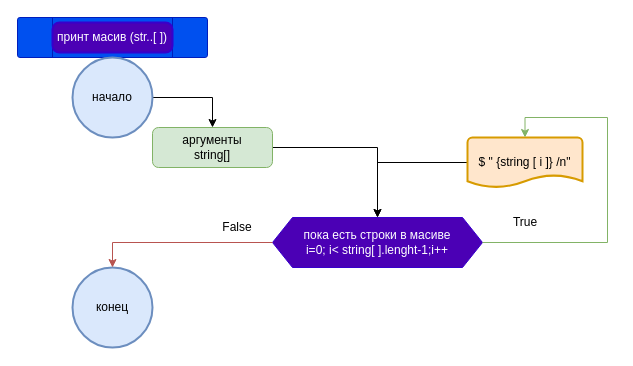
This is page "принт масив()" (2 of 2) of diagrams/Диаграмма.drawio from A-Loading/For_StringArrayFilter, a draw.io file, before an edit. Source tidied: cells renumbered, new cells numbered last; positions are measured from the earlier drawing's top-left corner, leaving out a move shared by most shapes. Both pictures are drawn from the tidied source at 100%, with x=0, y=0 at pixel (17, 17).
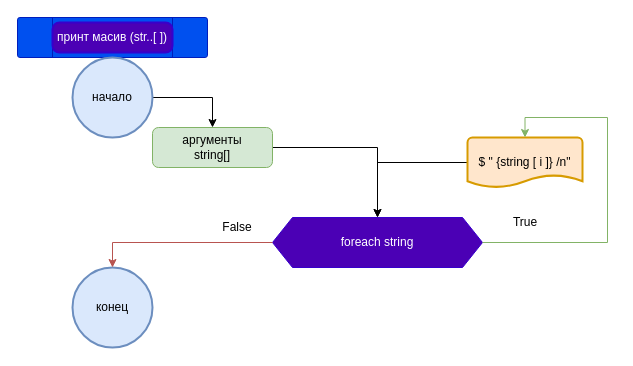
The same page after the edit.

Change to the diagram source:
```diff
@@
 <mxGraphModel>
   <root>
     <mxCell id="0" />
     <mxCell id="1" parent="0" />
     <mxCell id="2" style="verticalLabelPosition=bottom;verticalAlign=top;html=1;shape=process;whiteSpace=wrap;rounded=1;size=0.18421052631578946;arcSize=6;fillColor=#0050ef;fontColor=#ffffff;strokeColor=#001DBC;" parent="1" vertex="1">
       <mxGeometry width="190" height="40" as="geometry" />
     </mxCell>
     <mxCell id="3" value="принт масив (str..[ ])" style="rounded=1;whiteSpace=wrap;html=1;absoluteArcSize=1;arcSize=14;strokeWidth=2;fillColor=#4B00B5;strokeColor=#3700CC;fontColor=#ffffff;" parent="1" vertex="1">
       <mxGeometry x="35" y="5" width="120" height="30" as="geometry" />
     </mxCell>
     <mxCell id="4" value="конец" style="strokeWidth=2;html=1;shape=mxgraph.flowchart.start_2;whiteSpace=wrap;fillColor=#dae8fc;strokeColor=#6c8ebf;" parent="1" vertex="1">
       <mxGeometry x="55" y="250" width="80" height="80" as="geometry" />
     </mxCell>
     <mxCell id="5" style="edgeStyle=orthogonalEdgeStyle;rounded=0;jettySize=auto;html=1;exitX=1;exitY=0.5;exitDx=0;exitDy=0;exitPerimeter=0;" parent="1" edge="1" source="6" target="9">
       <mxGeometry relative="1" as="geometry" />
     </mxCell>
     <mxCell id="6" value="начало" style="strokeWidth=2;html=1;shape=mxgraph.flowchart.start_2;whiteSpace=wrap;fillColor=#dae8fc;strokeColor=#6c8ebf;" parent="1" vertex="1">
       <mxGeometry x="55" y="40" width="80" height="80" as="geometry" />
     </mxCell>
-    <mxCell id="7" value="пока есть строки в масиве&lt;br&gt;i=0; i&amp;lt; string[ ].lenght-1;i++" style="shape=hexagon;perimeter=hexagonPerimeter2;whiteSpace=wrap;html=1;fixedSize=1;fillColor=#4B00B5;fontColor=#ffffff;strokeColor=#3700CC;" parent="1" vertex="1">
+    <mxCell id="7" value="foreach string" style="shape=hexagon;perimeter=hexagonPerimeter2;whiteSpace=wrap;html=1;fixedSize=1;fillColor=#4B00B5;fontColor=#ffffff;strokeColor=#3700CC;" parent="1" vertex="1">
       <mxGeometry x="255" y="200" width="210" height="50" as="geometry" />
     </mxCell>
     <mxCell id="8" style="edgeStyle=orthogonalEdgeStyle;rounded=0;jettySize=auto;html=1;exitX=1;exitY=0.5;exitDx=0;exitDy=0;entryX=0.5;entryY=0;entryDx=0;entryDy=0;" parent="1" edge="1" source="9" target="7">
       <mxGeometry relative="1" as="geometry" />
     </mxCell>
     <mxCell id="9" value="аргументы&lt;br&gt;string[]" style="rounded=1;whiteSpace=wrap;html=1;fillColor=#d5e8d4;strokeColor=#82b366;" parent="1" vertex="1">
       <mxGeometry x="135" y="110" width="120" height="40" as="geometry" />
     </mxCell>
     <mxCell id="10" style="edgeStyle=orthogonalEdgeStyle;rounded=0;jettySize=auto;html=1;exitX=0;exitY=0.5;exitDx=0;exitDy=0;exitPerimeter=0;" parent="1" edge="1" source="11" target="7">
       <mxGeometry relative="1" as="geometry" />
     </mxCell>
     <mxCell id="11" value="$ &quot; {string [ i ]} /n&quot;" style="strokeWidth=2;html=1;shape=mxgraph.flowchart.document2;whiteSpace=wrap;size=0.25;fillColor=#ffe6cc;strokeColor=#d79b00;" parent="1" vertex="1">
       <mxGeometry x="450" y="120" width="115" height="50" as="geometry" />
     </mxCell>
     <mxCell id="12" value="True" style="text;html=1;align=center;verticalAlign=middle;whiteSpace=wrap;rounded=0;" parent="1" vertex="1">
       <mxGeometry x="482.5" y="190" width="50" height="30" as="geometry" />
     </mxCell>
     <mxCell id="13" style="edgeStyle=orthogonalEdgeStyle;rounded=0;jettySize=auto;html=1;exitX=1;exitY=0.5;exitDx=0;exitDy=0;entryX=0.5;entryY=0;entryDx=0;entryDy=0;entryPerimeter=0;fillColor=#d5e8d4;gradientColor=#97d077;strokeColor=#82b366;" parent="1" edge="1" source="7" target="11">
       <mxGeometry relative="1" as="geometry">
         <Array as="points">
           <mxPoint x="590" y="225" />
           <mxPoint x="590" y="100" />
           <mxPoint x="508" y="100" />
         </Array>
       </mxGeometry>
     </mxCell>
     <mxCell id="14" style="edgeStyle=orthogonalEdgeStyle;rounded=0;jettySize=auto;html=1;exitX=0;exitY=0.5;exitDx=0;exitDy=0;entryX=0.5;entryY=0;entryDx=0;entryDy=0;entryPerimeter=0;fillColor=#f8cecc;gradientColor=#ea6b66;strokeColor=#b85450;" parent="1" edge="1" source="7" target="4">
       <mxGeometry relative="1" as="geometry" />
     </mxCell>
     <mxCell id="15" value="False" style="text;html=1;align=center;verticalAlign=middle;whiteSpace=wrap;rounded=0;" parent="1" vertex="1">
       <mxGeometry x="190" y="200" width="60" height="20" as="geometry" />
     </mxCell>
   </root>
 </mxGraphModel>
```
